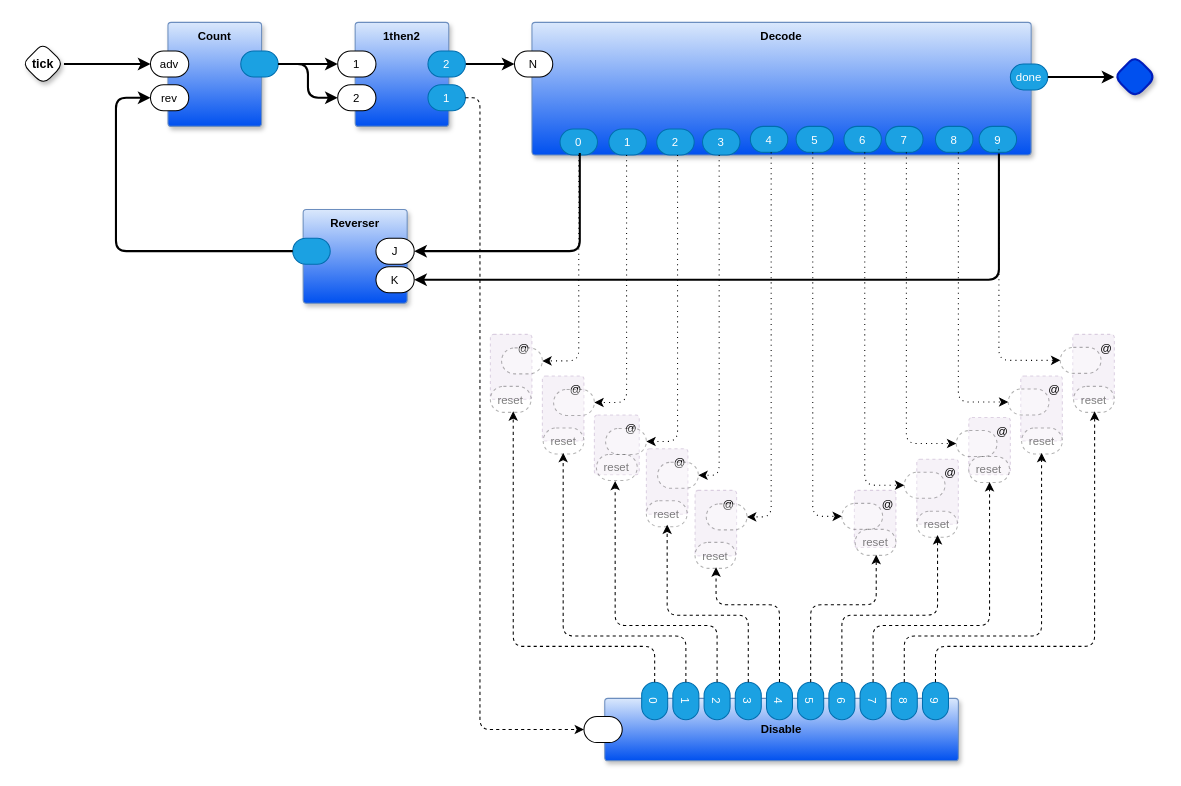
Above: page "Larson" (2 of 2) of html-larson/scanner.drawio in guitarvydas/zddemos (draw.io), before the change. Source tidied: cells renumbered, new cells numbered last; positions are measured from the earlier drawing's top-left corner, leaving out a move shared by most shapes. Both pictures are drawn from the tidied source at 104%, with x=0, y=0 at pixel (22, 22).
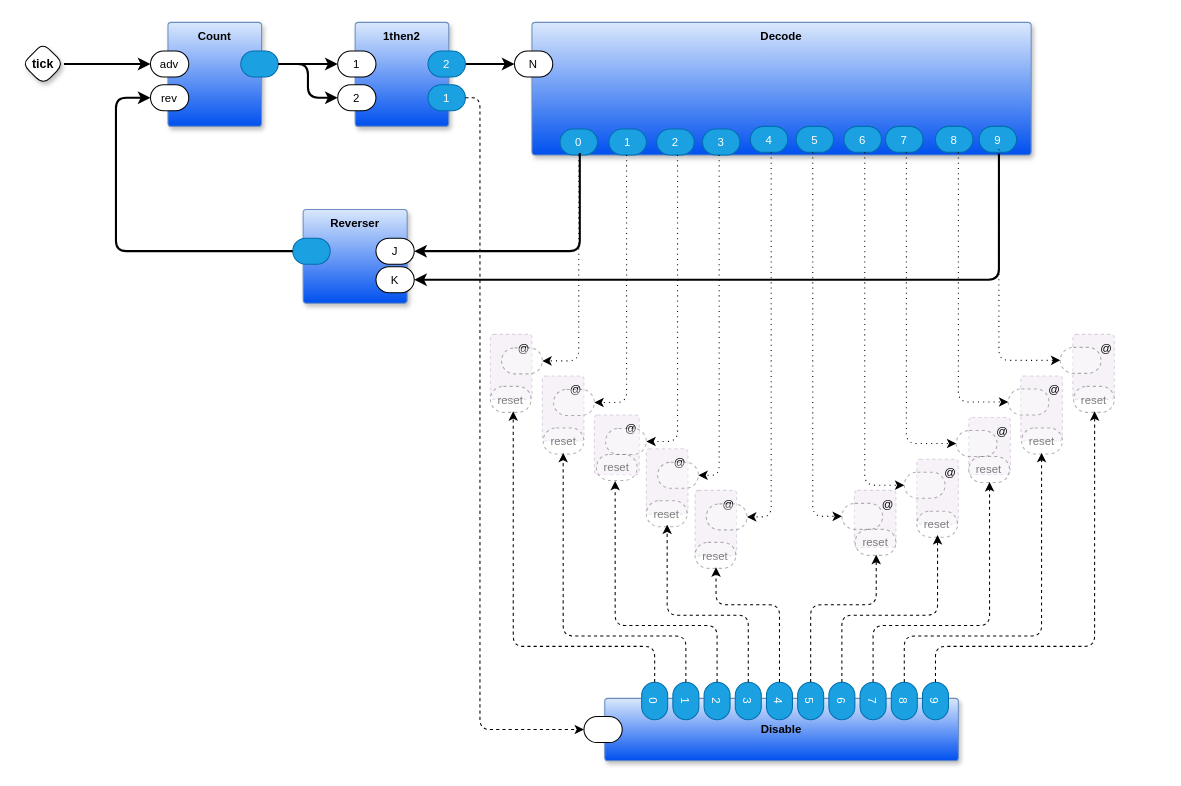
Above is the later version.

The change refers to these unchanged cells:
```xml
<mxCell id="13" value="Decode" style="rounded=1;whiteSpace=wrap;html=1;verticalAlign=top;arcSize=6;fontStyle=1;absoluteArcSize=1;shadow=1;strokeColor=#6c8ebf;fillColor=#dae8fc;fontFamily=Helvetica;fontSize=11;gradientColor=#0050EF;fontColor=default;" parent="1" vertex="1">
  <mxGeometry x="490" width="480" height="127.5" as="geometry" />
</mxCell>
```

Diff of the diagram source:
```diff
@@
-    <mxCell id="24" value="done" style="rounded=1;whiteSpace=wrap;html=1;sketch=0;points=[[0,0.5,0,0,0],[1,0.5,0,0,0]];fillColor=#1ba1e2;fontColor=#ffffff;strokeColor=#006EAF;arcSize=50;fontFamily=Helvetica;fontSize=11;" parent="13" vertex="1">
-      <mxGeometry x="460" y="40" width="36" height="25" as="geometry" />
-    </mxCell>
@@
-    <mxCell id="68" style="rhombus;whiteSpace=wrap;html=1;rounded=1;fontStyle=1;glass=0;sketch=0;fontSize=12;points=[[0,0.5,0,0,0],[0.5,0,0,0,0],[0.5,1,0,0,0],[1,0.5,0,0,0]];shadow=1;fillColor=#0050ef;fontColor=#ffffff;strokeColor=#001DBC;fontFamily=Helvetica;strokeWidth=2;" parent="1" vertex="1">
-      <mxGeometry x="1050" y="32.5" width="40" height="40" as="geometry" />
-    </mxCell>
-    <mxCell id="69" style="edgeStyle=orthogonalEdgeStyle;rounded=1;jettySize=auto;html=1;exitX=1;exitY=0.5;exitDx=0;exitDy=0;exitPerimeter=0;strokeWidth=2;curved=0;" parent="1" edge="1" source="24" target="68">
-      <mxGeometry relative="1" as="geometry" />
-    </mxCell>
```
